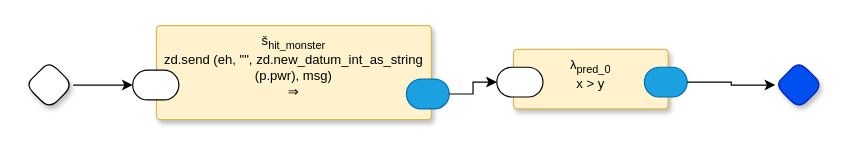
Above: small-test.drawio in guitarvydas/gen0d (draw.io), before the change. Source tidied: cells renumbered, new cells numbered last; positions are measured from the earlier drawing's top-left corner, leaving out a move shared by most shapes. Both pictures are drawn from the tidied source at 119%, with x=0, y=0 at pixel (25, 25).
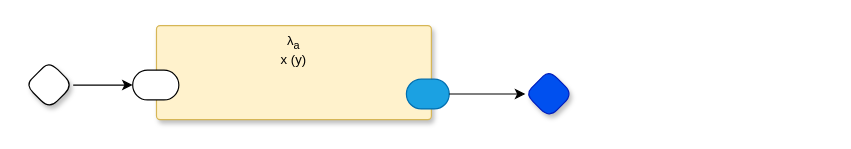
After the change.

Diff of the diagram source:
```diff
@@
 <mxGraphModel>
   <root>
     <mxCell id="0" />
     <mxCell id="1" parent="0" />
-    <mxCell id="2" value="š&lt;sub&gt;hit_monster&lt;/sub&gt;&lt;br&gt;zd.send (eh, &quot;&quot;, zd.new_datum_int_as_string (p.pwr), msg)&lt;br&gt;⇒" style="rounded=1;whiteSpace=wrap;html=1;sketch=0;verticalAlign=top;arcSize=6;fontStyle=0;absoluteArcSize=1;shadow=1;strokeColor=#d6b656;fillColor=#fff2cc;fontFamily=Helvetica;fontSize=11;" parent="1" vertex="1">
+    <mxCell id="2" value="λ&lt;sub&gt;a&lt;/sub&gt;&lt;br&gt;x (y)" style="rounded=1;whiteSpace=wrap;html=1;sketch=0;verticalAlign=top;arcSize=6;fontStyle=0;absoluteArcSize=1;shadow=1;strokeColor=#d6b656;fillColor=#fff2cc;fontFamily=Helvetica;fontSize=11;" parent="1" vertex="1">
       <mxGeometry x="110" width="231" height="79" as="geometry" />
     </mxCell>
     <mxCell id="3" style="rounded=1;whiteSpace=wrap;html=1;sketch=0;points=[[0,0.5,0,0,0],[1,0.5,0,0,0]];arcSize=50;fontFamily=Helvetica;fontSize=11;fontColor=default;" parent="2" vertex="1">
       <mxGeometry x="-20" y="37.5" width="38.8" height="25" as="geometry" />
     </mxCell>
     <mxCell id="4" style="rounded=1;whiteSpace=wrap;html=1;sketch=0;points=[[0,0.5,0,0,0],[1,0.5,0,0,0]];fillColor=#1ba1e2;fontColor=#ffffff;strokeColor=#006EAF;arcSize=50;fontFamily=Helvetica;fontSize=11;" parent="2" vertex="1">
       <mxGeometry x="210" y="45" width="36" height="25" as="geometry" />
     </mxCell>
     <mxCell id="5" style="rhombus;whiteSpace=wrap;html=1;rounded=1;fontStyle=1;glass=0;sketch=0;fontSize=12;points=[[0,0.5,0,0,0],[0.5,0,0,0,0],[0.5,1,0,0,0],[1,0.5,0,0,0]];shadow=1;fontFamily=Helvetica;fontColor=default;" parent="1" vertex="1">
       <mxGeometry y="30" width="40" height="40" as="geometry" />
     </mxCell>
     <mxCell id="6" style="edgeStyle=orthogonalEdgeStyle;rounded=0;jettySize=auto;html=1;entryX=0;entryY=0.5;entryDx=0;entryDy=0;entryPerimeter=0;" parent="1" edge="1" source="5" target="3">
       <mxGeometry relative="1" as="geometry" />
     </mxCell>
     <mxCell id="7" style="rhombus;whiteSpace=wrap;html=1;rounded=1;fontStyle=1;glass=0;sketch=0;fontSize=12;points=[[0,0.5,0,0,0],[0.5,0,0,0,0],[0.5,1,0,0,0],[1,0.5,0,0,0]];shadow=1;fillColor=#0050ef;fontColor=#ffffff;strokeColor=#001DBC;fontFamily=Helvetica;" parent="1" vertex="1">
-      <mxGeometry x="630" y="30" width="40" height="40" as="geometry" />
+      <mxGeometry x="420" y="37.5" width="40" height="40" as="geometry" />
     </mxCell>
-    <mxCell id="8" value="&lt;span style=&quot;border-color: var(--border-color);&quot;&gt;λ&lt;/span&gt;&lt;sub&gt;pred_0&lt;/sub&gt;&lt;br&gt;x &amp;gt; y" style="rounded=1;whiteSpace=wrap;html=1;sketch=0;verticalAlign=top;arcSize=6;fontStyle=0;absoluteArcSize=1;shadow=1;strokeColor=#d6b656;fillColor=#fff2cc;fontFamily=Helvetica;fontSize=11;" parent="1" vertex="1">
-      <mxGeometry x="410" y="20" width="130" height="50" as="geometry" />
-    </mxCell>
-    <mxCell id="9" style="rounded=1;whiteSpace=wrap;html=1;sketch=0;points=[[0,0.5,0,0,0],[1,0.5,0,0,0]];arcSize=50;fontFamily=Helvetica;fontSize=11;fontColor=default;" parent="8" vertex="1">
-      <mxGeometry x="-14" y="15" width="38.8" height="25" as="geometry" />
-    </mxCell>
-    <mxCell id="10" style="rounded=1;whiteSpace=wrap;html=1;sketch=0;points=[[0,0.5,0,0,0],[1,0.5,0,0,0]];fillColor=#1ba1e2;fontColor=#ffffff;strokeColor=#006EAF;arcSize=50;fontFamily=Helvetica;fontSize=11;" parent="8" vertex="1">
-      <mxGeometry x="110" y="15" width="36" height="25" as="geometry" />
-    </mxCell>
-    <mxCell id="11" style="edgeStyle=orthogonalEdgeStyle;rounded=0;jettySize=auto;html=1;exitX=1;exitY=0.5;exitDx=0;exitDy=0;exitPerimeter=0;entryX=0;entryY=0.5;entryDx=0;entryDy=0;entryPerimeter=0;" parent="1" edge="1" source="4" target="9">
-      <mxGeometry relative="1" as="geometry" />
-    </mxCell>
-    <mxCell id="12" style="edgeStyle=orthogonalEdgeStyle;rounded=0;jettySize=auto;html=1;exitX=1;exitY=0.5;exitDx=0;exitDy=0;exitPerimeter=0;entryX=0;entryY=0.5;entryDx=0;entryDy=0;entryPerimeter=0;" parent="1" edge="1" source="10" target="7">
+    <mxCell id="12" style="edgeStyle=orthogonalEdgeStyle;rounded=0;jettySize=auto;html=1;exitX=1;exitY=0.5;exitDx=0;exitDy=0;exitPerimeter=0;entryX=0;entryY=0.5;entryDx=0;entryDy=0;entryPerimeter=0;" parent="1" edge="1" source="4" target="7">
       <mxGeometry relative="1" as="geometry" />
     </mxCell>
   </root>
 </mxGraphModel>
```
